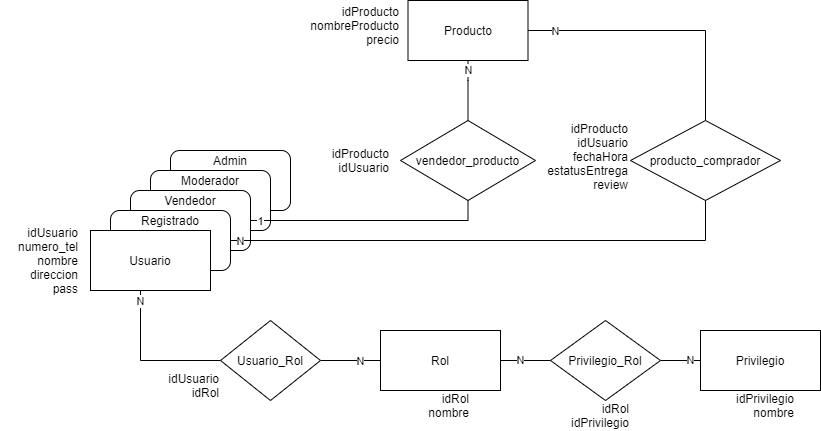
Before: database/relationEntityModel.png, a diagram exported from draw.io (Xal-Tech/Venti). Source tidied: cells renumbered, new cells last; positions are measured from the earlier drawing's top-left corner, leaving out a move shared by most shapes. Source of this version:
```xml
<mxGraphModel background="#ffffff">
  <root>
    <mxCell id="0" />
    <mxCell id="1" parent="0" />
    <mxCell id="2" style="rounded=1;whiteSpace=wrap;html=1;" parent="1" vertex="1">
      <mxGeometry x="170" y="150" width="120" height="60" as="geometry" />
    </mxCell>
    <mxCell id="3" value="Admin" style="text;html=1;strokeColor=none;fillColor=none;align=center;verticalAlign=middle;whiteSpace=wrap;rounded=0;" parent="1" vertex="1">
      <mxGeometry x="210" y="150" width="40" height="20" as="geometry" />
    </mxCell>
    <mxCell id="4" style="rounded=1;whiteSpace=wrap;html=1;" parent="1" vertex="1">
      <mxGeometry x="150" y="170" width="120" height="60" as="geometry" />
    </mxCell>
    <mxCell id="5" style="rounded=1;whiteSpace=wrap;html=1;" parent="1" vertex="1">
      <mxGeometry x="130" y="190" width="120" height="60" as="geometry" />
    </mxCell>
    <mxCell id="6" style="edgeStyle=orthogonalEdgeStyle;rounded=0;jettySize=auto;html=1;entryX=0;entryY=0.5;entryDx=0;entryDy=0;endArrow=none;endFill=0;" parent="1" edge="1" source="21" target="10">
      <mxGeometry relative="1" as="geometry">
        <Array as="points">
          <mxPoint x="140" y="360" />
        </Array>
      </mxGeometry>
    </mxCell>
    <mxCell id="7" value="N" style="edgeLabel;html=1;align=center;verticalAlign=middle;" parent="6" vertex="1">
      <mxGeometry x="-0.69" y="2" relative="1" as="geometry">
        <mxPoint x="-2" y="-13.1" as="offset" />
      </mxGeometry>
    </mxCell>
    <mxCell id="8" style="edgeStyle=orthogonalEdgeStyle;rounded=0;jettySize=auto;html=1;endArrow=none;endFill=0;" parent="1" edge="1" source="10" target="12">
      <mxGeometry relative="1" as="geometry" />
    </mxCell>
    <mxCell id="9" value="N" style="edgeLabel;html=1;align=center;verticalAlign=middle;" parent="8" vertex="1">
      <mxGeometry x="0.18" relative="1" as="geometry">
        <mxPoint x="4.8" as="offset" />
      </mxGeometry>
    </mxCell>
    <mxCell id="10" value="Usuario_Rol" style="rhombus;whiteSpace=wrap;html=1;" parent="1" vertex="1">
      <mxGeometry x="220" y="320" width="100" height="80" as="geometry" />
    </mxCell>
    <mxCell id="11" value="N" style="edgeStyle=orthogonalEdgeStyle;rounded=0;jettySize=auto;html=1;entryX=0;entryY=0.5;entryDx=0;entryDy=0;endArrow=none;endFill=0;" parent="1" edge="1" source="12" target="15">
      <mxGeometry x="-0.2" relative="1" as="geometry" />
    </mxCell>
    <mxCell id="12" value="Rol" style="rounded=0;whiteSpace=wrap;html=1;" parent="1" vertex="1">
      <mxGeometry x="380" y="330" width="120" height="60" as="geometry" />
    </mxCell>
    <mxCell id="13" value="Privilegio" style="rounded=0;whiteSpace=wrap;html=1;" parent="1" vertex="1">
      <mxGeometry x="700" y="330" width="120" height="60" as="geometry" />
    </mxCell>
    <mxCell id="14" value="N" style="edgeStyle=orthogonalEdgeStyle;rounded=0;jettySize=auto;html=1;endArrow=none;endFill=0;" parent="1" edge="1" source="15" target="13">
      <mxGeometry x="0.5" relative="1" as="geometry" />
    </mxCell>
    <mxCell id="15" value="Privilegio_Rol" style="rhombus;whiteSpace=wrap;html=1;" parent="1" vertex="1">
      <mxGeometry x="550" y="320" width="110" height="80" as="geometry" />
    </mxCell>
    <mxCell id="16" style="edgeStyle=orthogonalEdgeStyle;rounded=0;jettySize=auto;html=1;exitX=1;exitY=0.5;exitDx=0;exitDy=0;endArrow=none;endFill=0;entryX=0.5;entryY=1;entryDx=0;entryDy=0;" parent="1" edge="1" source="5" target="27">
      <mxGeometry relative="1" as="geometry" />
    </mxCell>
    <mxCell id="17" value="1" style="edgeLabel;html=1;align=center;verticalAlign=middle;" parent="16" vertex="1">
      <mxGeometry x="-0.69" y="-2" relative="1" as="geometry">
        <mxPoint x="-26.6" y="-2" as="offset" />
      </mxGeometry>
    </mxCell>
    <mxCell id="18" style="edgeStyle=orthogonalEdgeStyle;rounded=0;jettySize=auto;html=1;exitX=1;exitY=0.5;exitDx=0;exitDy=0;endArrow=none;endFill=0;entryX=0.5;entryY=1;entryDx=0;entryDy=0;" parent="1" edge="1" source="20" target="32">
      <mxGeometry relative="1" as="geometry">
        <Array as="points">
          <mxPoint x="705" y="240" />
        </Array>
      </mxGeometry>
    </mxCell>
    <mxCell id="19" value="N" style="edgeLabel;html=1;align=center;verticalAlign=middle;" parent="18" vertex="1">
      <mxGeometry x="-0.8" y="-2" relative="1" as="geometry">
        <mxPoint x="-43.1" y="-2" as="offset" />
      </mxGeometry>
    </mxCell>
    <mxCell id="20" style="rounded=1;whiteSpace=wrap;html=1;" parent="1" vertex="1">
      <mxGeometry x="110" y="210" width="120" height="60" as="geometry" />
    </mxCell>
    <mxCell id="21" value="Usuario" style="rounded=0;whiteSpace=wrap;html=1;" parent="1" vertex="1">
      <mxGeometry x="90" y="230" width="120" height="60" as="geometry" />
    </mxCell>
    <mxCell id="22" value="Registrado" style="text;html=1;strokeColor=none;fillColor=none;align=center;verticalAlign=middle;whiteSpace=wrap;rounded=0;" parent="1" vertex="1">
      <mxGeometry x="150" y="210" width="40" height="20" as="geometry" />
    </mxCell>
    <mxCell id="23" value="Vendedor" style="text;html=1;strokeColor=none;fillColor=none;align=center;verticalAlign=middle;whiteSpace=wrap;rounded=0;" parent="1" vertex="1">
      <mxGeometry x="170" y="190" width="40" height="20" as="geometry" />
    </mxCell>
    <mxCell id="24" value="Moderador" style="text;html=1;strokeColor=none;fillColor=none;align=center;verticalAlign=middle;whiteSpace=wrap;rounded=0;" parent="1" vertex="1">
      <mxGeometry x="190" y="170" width="40" height="20" as="geometry" />
    </mxCell>
    <mxCell id="25" value="idUsuario&lt;br&gt;numero_tel&lt;br&gt;nombre&lt;br&gt;direccion&lt;br&gt;pass" style="text;html=1;strokeColor=none;fillColor=none;align=right;verticalAlign=middle;whiteSpace=wrap;rounded=0;" parent="1" vertex="1">
      <mxGeometry y="210" width="80" height="100" as="geometry" />
    </mxCell>
    <mxCell id="26" value="N" style="edgeStyle=orthogonalEdgeStyle;rounded=0;jettySize=auto;html=1;endArrow=none;endFill=0;" parent="1" edge="1" source="27" target="30">
      <mxGeometry x="0.67" relative="1" as="geometry">
        <Array as="points">
          <mxPoint x="468" y="80" />
          <mxPoint x="468" y="80" />
        </Array>
      </mxGeometry>
    </mxCell>
    <mxCell id="27" value="vendedor_producto" style="rhombus;whiteSpace=wrap;html=1;" parent="1" vertex="1">
      <mxGeometry x="400" y="120" width="135" height="80" as="geometry" />
    </mxCell>
    <mxCell id="28" style="edgeStyle=orthogonalEdgeStyle;rounded=0;jettySize=auto;html=1;endArrow=none;endFill=0;" parent="1" edge="1" source="30" target="32">
      <mxGeometry relative="1" as="geometry" />
    </mxCell>
    <mxCell id="29" value="N" style="edgeLabel;html=1;align=center;verticalAlign=middle;" parent="28" vertex="1">
      <mxGeometry x="-0.8" relative="1" as="geometry" />
    </mxCell>
    <mxCell id="30" value="Producto" style="rounded=0;whiteSpace=wrap;html=1;align=center;" parent="1" vertex="1">
      <mxGeometry x="407.5" width="120" height="60" as="geometry" />
    </mxCell>
    <mxCell id="31" value="&lt;div&gt;idProducto&lt;/div&gt;&lt;div&gt;&lt;span&gt;nombreProducto&lt;/span&gt;&lt;/div&gt;&lt;div&gt;&lt;span&gt;&lt;/span&gt;&lt;span&gt;precio&lt;/span&gt;&lt;/div&gt;" style="text;html=1;align=right;verticalAlign=middle;" parent="1" vertex="1">
      <mxGeometry x="300" width="100" height="50" as="geometry" />
    </mxCell>
    <mxCell id="32" value="producto_comprador" style="rhombus;whiteSpace=wrap;html=1;" parent="1" vertex="1">
      <mxGeometry x="630" y="120" width="150" height="80" as="geometry" />
    </mxCell>
    <mxCell id="33" value="&lt;div&gt;idProducto&lt;/div&gt;&lt;div&gt;idUsuario&lt;/div&gt;" style="text;html=1;align=right;verticalAlign=middle;" parent="1" vertex="1">
      <mxGeometry x="320" y="145" width="70" height="30" as="geometry" />
    </mxCell>
    <mxCell id="34" value="&lt;div style=&quot;font-family: &amp;#34;helvetica&amp;#34; ; font-size: 12px ; font-style: normal ; font-weight: 400 ; letter-spacing: normal ; text-indent: 0px ; text-transform: none ; word-spacing: 0px&quot;&gt;idProducto&lt;/div&gt;&lt;div style=&quot;font-family: &amp;#34;helvetica&amp;#34; ; font-size: 12px ; font-style: normal ; font-weight: 400 ; letter-spacing: normal ; text-indent: 0px ; text-transform: none ; word-spacing: 0px&quot;&gt;idUsuario&lt;/div&gt;&lt;div style=&quot;font-family: &amp;#34;helvetica&amp;#34; ; font-size: 12px ; font-style: normal ; font-weight: 400 ; letter-spacing: normal ; text-indent: 0px ; text-transform: none ; word-spacing: 0px&quot;&gt;fechaHora&lt;/div&gt;&lt;span style=&quot;font-family: &amp;#34;helvetica&amp;#34;&quot;&gt;estatusEntrega&lt;/span&gt;&lt;br&gt;&lt;div style=&quot;font-family: &amp;#34;helvetica&amp;#34; ; font-size: 12px ; font-style: normal ; font-weight: 400 ; letter-spacing: normal ; text-indent: 0px ; text-transform: none ; word-spacing: 0px&quot;&gt;review&lt;br&gt;&lt;/div&gt;" style="text;whiteSpace=wrap;html=1;align=right;" parent="1" vertex="1">
      <mxGeometry x="550" y="114.5" width="80" height="95" as="geometry" />
    </mxCell>
    <mxCell id="35" value="&lt;div&gt;idUsuario&lt;/div&gt;&lt;div&gt;idRol&lt;/div&gt;" style="text;html=1;align=right;verticalAlign=middle;" parent="1" vertex="1">
      <mxGeometry x="150" y="370" width="70" height="30" as="geometry" />
    </mxCell>
    <mxCell id="36" value="&lt;div&gt;&lt;span&gt;idRol&lt;/span&gt;&lt;br&gt;&lt;/div&gt;&lt;div&gt;&lt;span&gt;nombre&lt;/span&gt;&lt;/div&gt;" style="text;html=1;align=right;verticalAlign=middle;" parent="1" vertex="1">
      <mxGeometry x="410" y="390" width="60" height="30" as="geometry" />
    </mxCell>
    <mxCell id="37" value="&lt;div&gt;&lt;span&gt;idRol&lt;/span&gt;&lt;br&gt;&lt;/div&gt;&lt;div&gt;&lt;span&gt;idPrivilegio&lt;/span&gt;&lt;/div&gt;" style="text;html=1;align=right;verticalAlign=middle;" parent="1" vertex="1">
      <mxGeometry x="560" y="400" width="70" height="30" as="geometry" />
    </mxCell>
    <mxCell id="38" value="&lt;div&gt;&lt;span&gt;idPrivilegio&lt;/span&gt;&lt;br&gt;&lt;/div&gt;&lt;div&gt;&lt;span&gt;nombre&lt;/span&gt;&lt;/div&gt;" style="text;html=1;align=right;verticalAlign=middle;" parent="1" vertex="1">
      <mxGeometry x="725" y="390" width="70" height="30" as="geometry" />
    </mxCell>
  </root>
</mxGraphModel>
```
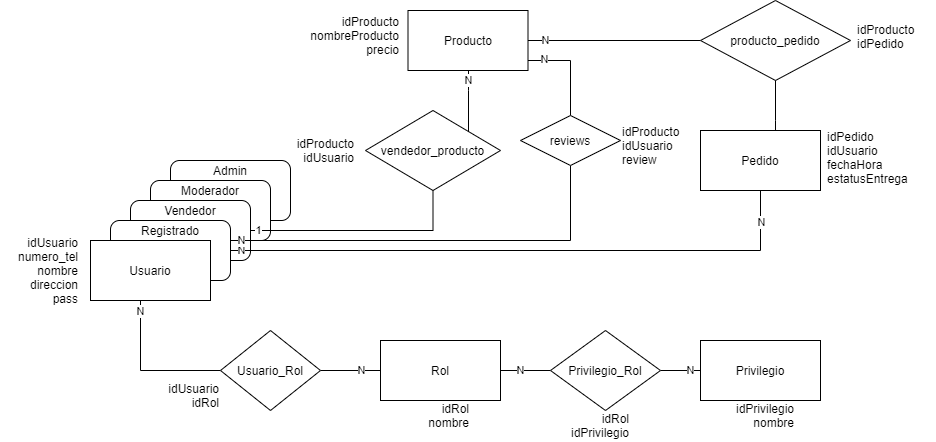
The same file after the commit.

Diff of the diagram source:
```diff
@@ -60,18 +60,35 @@
         <mxPoint x="-26.6" y="-2" as="offset" />
       </mxGeometry>
     </mxCell>
-    <mxCell id="18" style="edgeStyle=orthogonalEdgeStyle;rounded=0;jettySize=auto;html=1;exitX=1;exitY=0.5;exitDx=0;exitDy=0;endArrow=none;endFill=0;entryX=0.5;entryY=1;entryDx=0;entryDy=0;" parent="1" edge="1" source="20" target="32">
+    <mxCell id="18" style="edgeStyle=orthogonalEdgeStyle;rounded=0;jettySize=auto;html=1;exitX=1;exitY=0.5;exitDx=0;exitDy=0;endArrow=none;endFill=0;entryX=0.5;entryY=1;entryDx=0;entryDy=0;" parent="1" edge="1" source="20" target="45">
       <mxGeometry relative="1" as="geometry">
         <Array as="points">
-          <mxPoint x="705" y="240" />
+          <mxPoint x="760" y="240" />
         </Array>
       </mxGeometry>
     </mxCell>
     <mxCell id="19" value="N" style="edgeLabel;html=1;align=center;verticalAlign=middle;" parent="18" vertex="1">
       <mxGeometry x="-0.8" y="-2" relative="1" as="geometry">
-        <mxPoint x="-43.1" y="-2" as="offset" />
+        <mxPoint x="-50.7" y="-2" as="offset" />
       </mxGeometry>
     </mxCell>
+    <mxCell id="39" value="N" style="edgeLabel;html=1;align=center;verticalAlign=middle;" parent="18" vertex="1">
+      <mxGeometry x="0.91" y="-1" relative="1" as="geometry">
+        <mxPoint y="3.8" as="offset" />
+      </mxGeometry>
+    </mxCell>
+    <mxCell id="40" style="edgeStyle=orthogonalEdgeStyle;rounded=0;jettySize=auto;html=1;entryX=0.5;entryY=1;entryDx=0;entryDy=0;endArrow=none;endFill=0;" parent="1" edge="1" source="20" target="47">
+      <mxGeometry relative="1" as="geometry">
+        <Array as="points">
+          <mxPoint x="570" y="230" />
+        </Array>
+      </mxGeometry>
+    </mxCell>
+    <mxCell id="41" value="N" style="edgeLabel;html=1;align=center;verticalAlign=middle;" parent="40" vertex="1">
+      <mxGeometry x="0.05" y="-3" relative="1" as="geometry">
+        <mxPoint x="-207.2" y="-3" as="offset" />
+      </mxGeometry>
+    </mxCell>
     <mxCell id="20" style="rounded=1;whiteSpace=wrap;html=1;" parent="1" vertex="1">
       <mxGeometry x="110" y="210" width="120" height="60" as="geometry" />
     </mxCell>
@@ -99,7 +116,7 @@
       </mxGeometry>
     </mxCell>
     <mxCell id="27" value="vendedor_producto" style="rhombus;whiteSpace=wrap;html=1;" parent="1" vertex="1">
-      <mxGeometry x="400" y="120" width="135" height="80" as="geometry" />
+      <mxGeometry x="365" y="100" width="135" height="80" as="geometry" />
     </mxCell>
     <mxCell id="28" style="edgeStyle=orthogonalEdgeStyle;rounded=0;jettySize=auto;html=1;endArrow=none;endFill=0;" parent="1" edge="1" source="30" target="32">
       <mxGeometry relative="1" as="geometry" />
@@ -107,20 +124,30 @@
     <mxCell id="29" value="N" style="edgeLabel;html=1;align=center;verticalAlign=middle;" parent="28" vertex="1">
       <mxGeometry x="-0.8" relative="1" as="geometry" />
     </mxCell>
+    <mxCell id="42" style="edgeStyle=orthogonalEdgeStyle;rounded=0;jettySize=auto;html=1;entryX=0.5;entryY=0;entryDx=0;entryDy=0;endArrow=none;endFill=0;" parent="1" edge="1" source="30" target="47">
+      <mxGeometry relative="1" as="geometry">
+        <Array as="points">
+          <mxPoint x="570" y="50" />
+        </Array>
+      </mxGeometry>
+    </mxCell>
+    <mxCell id="43" value="N" style="edgeLabel;html=1;align=center;verticalAlign=middle;" parent="42" vertex="1">
+      <mxGeometry x="-0.67" y="1" relative="1" as="geometry" />
+    </mxCell>
     <mxCell id="30" value="Producto" style="rounded=0;whiteSpace=wrap;html=1;align=center;" parent="1" vertex="1">
       <mxGeometry x="407.5" width="120" height="60" as="geometry" />
     </mxCell>
     <mxCell id="31" value="&lt;div&gt;idProducto&lt;/div&gt;&lt;div&gt;&lt;span&gt;nombreProducto&lt;/span&gt;&lt;/div&gt;&lt;div&gt;&lt;span&gt;&lt;/span&gt;&lt;span&gt;precio&lt;/span&gt;&lt;/div&gt;" style="text;html=1;align=right;verticalAlign=middle;" parent="1" vertex="1">
       <mxGeometry x="300" width="100" height="50" as="geometry" />
     </mxCell>
-    <mxCell id="32" value="producto_comprador" style="rhombus;whiteSpace=wrap;html=1;" parent="1" vertex="1">
-      <mxGeometry x="630" y="120" width="150" height="80" as="geometry" />
+    <mxCell id="32" value="producto_pedido" style="rhombus;whiteSpace=wrap;html=1;" parent="1" vertex="1">
+      <mxGeometry x="700" y="-10" width="150" height="80" as="geometry" />
     </mxCell>
     <mxCell id="33" value="&lt;div&gt;idProducto&lt;/div&gt;&lt;div&gt;idUsuario&lt;/div&gt;" style="text;html=1;align=right;verticalAlign=middle;" parent="1" vertex="1">
-      <mxGeometry x="320" y="145" width="70" height="30" as="geometry" />
+      <mxGeometry x="285" y="125" width="70" height="30" as="geometry" />
     </mxCell>
-    <mxCell id="34" value="&lt;div style=&quot;font-family: &amp;#34;helvetica&amp;#34; ; font-size: 12px ; font-style: normal ; font-weight: 400 ; letter-spacing: normal ; text-indent: 0px ; text-transform: none ; word-spacing: 0px&quot;&gt;idProducto&lt;/div&gt;&lt;div style=&quot;font-family: &amp;#34;helvetica&amp;#34; ; font-size: 12px ; font-style: normal ; font-weight: 400 ; letter-spacing: normal ; text-indent: 0px ; text-transform: none ; word-spacing: 0px&quot;&gt;idUsuario&lt;/div&gt;&lt;div style=&quot;font-family: &amp;#34;helvetica&amp;#34; ; font-size: 12px ; font-style: normal ; font-weight: 400 ; letter-spacing: normal ; text-indent: 0px ; text-transform: none ; word-spacing: 0px&quot;&gt;fechaHora&lt;/div&gt;&lt;span style=&quot;font-family: &amp;#34;helvetica&amp;#34;&quot;&gt;estatusEntrega&lt;/span&gt;&lt;br&gt;&lt;div style=&quot;font-family: &amp;#34;helvetica&amp;#34; ; font-size: 12px ; font-style: normal ; font-weight: 400 ; letter-spacing: normal ; text-indent: 0px ; text-transform: none ; word-spacing: 0px&quot;&gt;review&lt;br&gt;&lt;/div&gt;" style="text;whiteSpace=wrap;html=1;align=right;" parent="1" vertex="1">
-      <mxGeometry x="550" y="114.5" width="80" height="95" as="geometry" />
+    <mxCell id="34" value="&lt;div style=&quot;font-family: &amp;#34;helvetica&amp;#34; ; font-size: 12px ; font-style: normal ; font-weight: 400 ; letter-spacing: normal ; text-indent: 0px ; text-transform: none ; word-spacing: 0px&quot;&gt;idProducto&lt;/div&gt;&lt;div style=&quot;font-family: &amp;#34;helvetica&amp;#34; ; font-size: 12px ; font-style: normal ; font-weight: 400 ; letter-spacing: normal ; text-indent: 0px ; text-transform: none ; word-spacing: 0px&quot;&gt;idPedido&lt;/div&gt;" style="text;whiteSpace=wrap;html=1;align=left;" parent="1" vertex="1">
+      <mxGeometry x="855" y="6.2" width="60" height="47.5" as="geometry" />
     </mxCell>
     <mxCell id="35" value="&lt;div&gt;idUsuario&lt;/div&gt;&lt;div&gt;idRol&lt;/div&gt;" style="text;html=1;align=right;verticalAlign=middle;" parent="1" vertex="1">
       <mxGeometry x="150" y="370" width="70" height="30" as="geometry" />
@@ -134,5 +161,25 @@
     <mxCell id="38" value="&lt;div&gt;&lt;span&gt;idPrivilegio&lt;/span&gt;&lt;br&gt;&lt;/div&gt;&lt;div&gt;&lt;span&gt;nombre&lt;/span&gt;&lt;/div&gt;" style="text;html=1;align=right;verticalAlign=middle;" parent="1" vertex="1">
       <mxGeometry x="725" y="390" width="70" height="30" as="geometry" />
     </mxCell>
+    <mxCell id="44" style="edgeStyle=orthogonalEdgeStyle;rounded=0;jettySize=auto;html=1;entryX=0.5;entryY=1;entryDx=0;entryDy=0;endArrow=none;endFill=0;" parent="1" edge="1" source="45" target="32">
+      <mxGeometry relative="1" as="geometry">
+        <Array as="points">
+          <mxPoint x="775" y="110" />
+          <mxPoint x="775" y="110" />
+        </Array>
+      </mxGeometry>
+    </mxCell>
+    <mxCell id="45" value="Pedido" style="rounded=0;whiteSpace=wrap;html=1;align=center;" parent="1" vertex="1">
+      <mxGeometry x="700" y="120" width="120" height="60" as="geometry" />
+    </mxCell>
+    <mxCell id="46" value="&lt;div style=&quot;font-size: 12px ; font-style: normal ; font-weight: 400 ; letter-spacing: normal ; text-indent: 0px ; text-transform: none ; word-spacing: 0px ; font-family: &amp;#34;helvetica&amp;#34;&quot;&gt;idPedido&lt;/div&gt;&lt;div style=&quot;font-size: 12px ; font-style: normal ; font-weight: 400 ; letter-spacing: normal ; text-indent: 0px ; text-transform: none ; word-spacing: 0px ; font-family: &amp;#34;helvetica&amp;#34;&quot;&gt;idUsuario&lt;/div&gt;&lt;div style=&quot;font-size: 12px ; font-style: normal ; font-weight: 400 ; letter-spacing: normal ; text-indent: 0px ; text-transform: none ; word-spacing: 0px ; font-family: &amp;#34;helvetica&amp;#34;&quot;&gt;fechaHora&lt;/div&gt;&lt;span style=&quot;font-size: 12px ; font-style: normal ; font-weight: 400 ; letter-spacing: normal ; text-indent: 0px ; text-transform: none ; word-spacing: 0px ; font-family: &amp;#34;helvetica&amp;#34;&quot;&gt;estatusEntrega&lt;br&gt;&lt;/span&gt;" style="text;whiteSpace=wrap;html=1;align=left;" parent="1" vertex="1">
+      <mxGeometry x="825" y="112.5" width="110" height="75" as="geometry" />
+    </mxCell>
+    <mxCell id="47" value="reviews" style="rhombus;whiteSpace=wrap;html=1;" parent="1" vertex="1">
+      <mxGeometry x="520" y="105" width="100" height="50" as="geometry" />
+    </mxCell>
+    <mxCell id="48" value="&lt;div style=&quot;font-family: &amp;#34;helvetica&amp;#34; ; font-size: 12px ; font-style: normal ; font-weight: 400 ; letter-spacing: normal ; text-indent: 0px ; text-transform: none ; word-spacing: 0px&quot;&gt;idProducto&lt;/div&gt;&lt;div style=&quot;font-family: &amp;#34;helvetica&amp;#34; ; font-size: 12px ; font-style: normal ; font-weight: 400 ; letter-spacing: normal ; text-indent: 0px ; text-transform: none ; word-spacing: 0px&quot;&gt;idUsuario&lt;/div&gt;&lt;div style=&quot;font-family: &amp;#34;helvetica&amp;#34; ; font-size: 12px ; font-style: normal ; font-weight: 400 ; letter-spacing: normal ; text-indent: 0px ; text-transform: none ; word-spacing: 0px&quot;&gt;review&lt;/div&gt;" style="text;whiteSpace=wrap;html=1;align=left;" parent="1" vertex="1">
+      <mxGeometry x="620" y="107.5" width="60" height="47.5" as="geometry" />
+    </mxCell>
   </root>
 </mxGraphModel>
```
